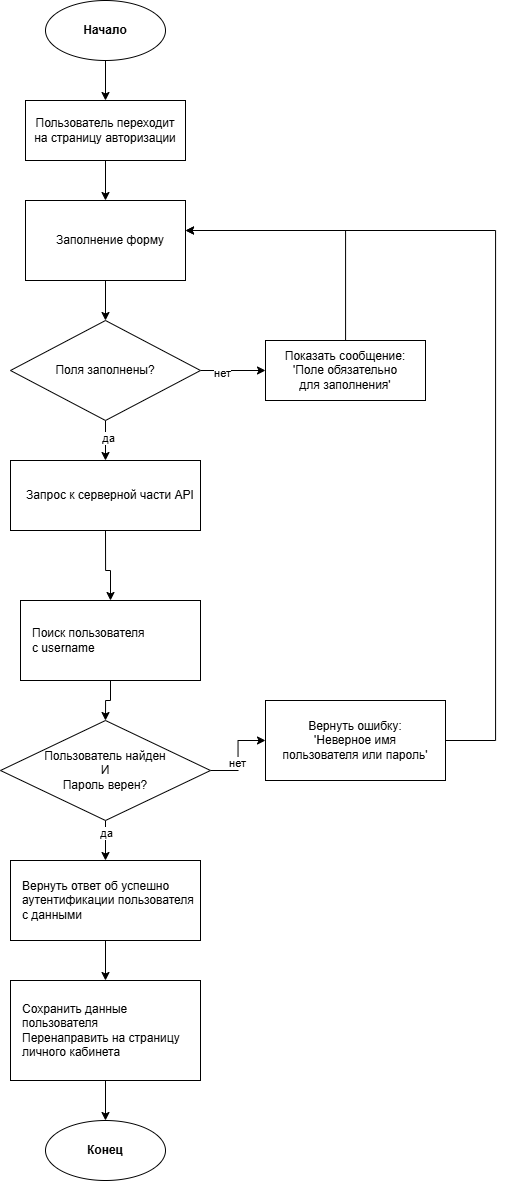
This is plans/Алгоритм авторизации.png from Kirillica228/FitProgress, a draw.io export, as it was before one commit. Source tidied: cells renumbered, new cells last; positions are measured from the earlier drawing's top-left corner, leaving out a move shared by most shapes.
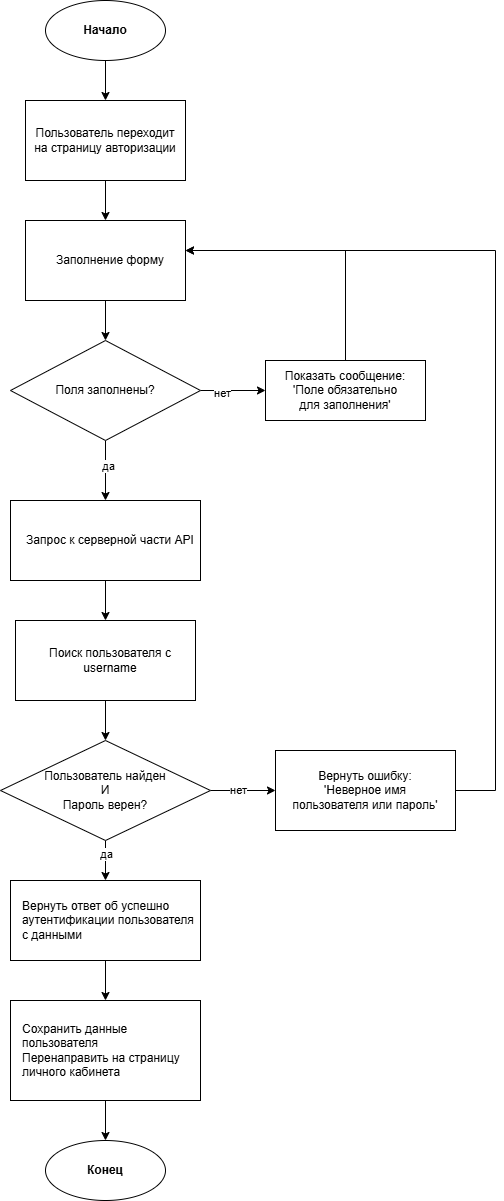
Later version of the same file.

What changed in the source:
```diff
@@ -3,10 +3,10 @@
     <mxCell id="0" />
     <mxCell id="1" parent="0" />
     <mxCell id="2" value="Начало" style="ellipse;whiteSpace=wrap;html=1;fontStyle=1;" parent="1" vertex="1">
-      <mxGeometry x="45" width="120" height="60" as="geometry" />
+      <mxGeometry x="45" y="-20" width="120" height="60" as="geometry" />
     </mxCell>
     <mxCell id="3" value="Пользователь переходит&lt;br&gt;на страницу авторизации" style="rounded=0;whiteSpace=wrap;html=1;" parent="1" vertex="1">
-      <mxGeometry x="25" y="100" width="160" height="60" as="geometry" />
+      <mxGeometry x="25" y="80" width="160" height="80" as="geometry" />
     </mxCell>
     <mxCell id="4" value="&lt;div style=&quot;&quot;&gt;&lt;span style=&quot;background-color: transparent; color: light-dark(rgb(0, 0, 0), rgb(255, 255, 255));&quot;&gt;Заполнение форму&lt;/span&gt;&lt;/div&gt;" style="rounded=0;whiteSpace=wrap;html=1;align=center;spacingLeft=10;" parent="1" vertex="1">
       <mxGeometry x="25" y="200" width="160" height="80" as="geometry" />
@@ -29,11 +29,14 @@
     <mxCell id="10" value="Показать сообщение:&lt;br&gt;'Поле обязательно&lt;br&gt;для заполнения'" style="rounded=0;whiteSpace=wrap;html=1;" parent="1" vertex="1">
       <mxGeometry x="265" y="340" width="160" height="60" as="geometry" />
     </mxCell>
+    <mxCell id="25" style="edgeStyle=orthogonalEdgeStyle;rounded=0;jettySize=auto;html=1;entryX=0.5;entryY=0;entryDx=0;entryDy=0;" parent="1" edge="1" source="11" target="12">
+      <mxGeometry relative="1" as="geometry" />
+    </mxCell>
     <mxCell id="11" value="Запрос к серверной части API" style="rounded=0;whiteSpace=wrap;html=1;align=center;spacingLeft=10;" parent="1" vertex="1">
-      <mxGeometry x="10" y="460" width="190" height="70" as="geometry" />
+      <mxGeometry x="10" y="480" width="190" height="80" as="geometry" />
     </mxCell>
-    <mxCell id="12" value="Поиск пользователя&lt;br&gt;с username" style="rounded=0;whiteSpace=wrap;html=1;align=left;spacingLeft=10;" parent="1" vertex="1">
-      <mxGeometry x="20" y="600" width="180" height="80" as="geometry" />
+    <mxCell id="12" value="Поиск пользователя с username" style="rounded=0;whiteSpace=wrap;html=1;align=center;spacingLeft=10;" parent="1" vertex="1">
+      <mxGeometry x="15" y="600" width="180" height="80" as="geometry" />
     </mxCell>
     <mxCell id="13" style="edgeStyle=orthogonalEdgeStyle;rounded=0;jettySize=auto;html=1;" parent="1" edge="1" source="17" target="18">
       <mxGeometry relative="1" as="geometry" />
@@ -51,7 +54,7 @@
       <mxGeometry y="720" width="210" height="100" as="geometry" />
     </mxCell>
     <mxCell id="18" value="Вернуть ошибку:&lt;br&gt;'Неверное имя&lt;br&gt;пользователя или пароль'" style="rounded=0;whiteSpace=wrap;html=1;" parent="1" vertex="1">
-      <mxGeometry x="265" y="700" width="180" height="80" as="geometry" />
+      <mxGeometry x="275" y="730" width="180" height="80" as="geometry" />
     </mxCell>
     <mxCell id="19" value="Вернуть ответ об успешно аутентификации пользователя с данными" style="rounded=0;whiteSpace=wrap;html=1;align=left;spacingLeft=10;" parent="1" vertex="1">
       <mxGeometry x="10" y="860" width="190" height="80" as="geometry" />
@@ -71,14 +74,6 @@
     <mxCell id="24" style="edgeStyle=orthogonalEdgeStyle;rounded=0;jettySize=auto;html=1;exitX=0.5;exitY=1;entryX=0.5;entryY=0;" parent="1" edge="1" source="4" target="9">
       <mxGeometry relative="1" as="geometry" />
     </mxCell>
-    <mxCell id="25" style="edgeStyle=orthogonalEdgeStyle;rounded=0;jettySize=auto;html=1;exitX=0.5;exitY=1;entryX=0.5;entryY=0;" parent="1" edge="1" source="11" target="12">
-      <mxGeometry relative="1" as="geometry">
-        <Array as="points">
-          <mxPoint x="105" y="570" />
-          <mxPoint x="110" y="570" />
-        </Array>
-      </mxGeometry>
-    </mxCell>
     <mxCell id="26" style="edgeStyle=orthogonalEdgeStyle;rounded=0;jettySize=auto;html=1;exitX=0.5;exitY=1;entryX=0.5;entryY=0;" parent="1" edge="1" source="12" target="17">
       <mxGeometry relative="1" as="geometry" />
     </mxCell>
@@ -97,10 +92,10 @@
         </Array>
       </mxGeometry>
     </mxCell>
-    <mxCell id="30" style="edgeStyle=orthogonalEdgeStyle;rounded=0;jettySize=auto;html=1;entryX=1;entryY=0.375;entryDx=0;entryDy=0;entryPerimeter=0;" parent="1" edge="1" source="18" target="4">
+    <mxCell id="30" style="edgeStyle=orthogonalEdgeStyle;rounded=0;jettySize=auto;html=1;entryX=1;entryY=0.375;entryDx=0;entryDy=0;entryPerimeter=0;exitX=1;exitY=0.5;exitDx=0;exitDy=0;" parent="1" edge="1" source="18" target="4">
       <mxGeometry relative="1" as="geometry">
         <Array as="points">
-          <mxPoint x="495" y="740" />
+          <mxPoint x="495" y="770" />
           <mxPoint x="495" y="230" />
         </Array>
       </mxGeometry>
```
